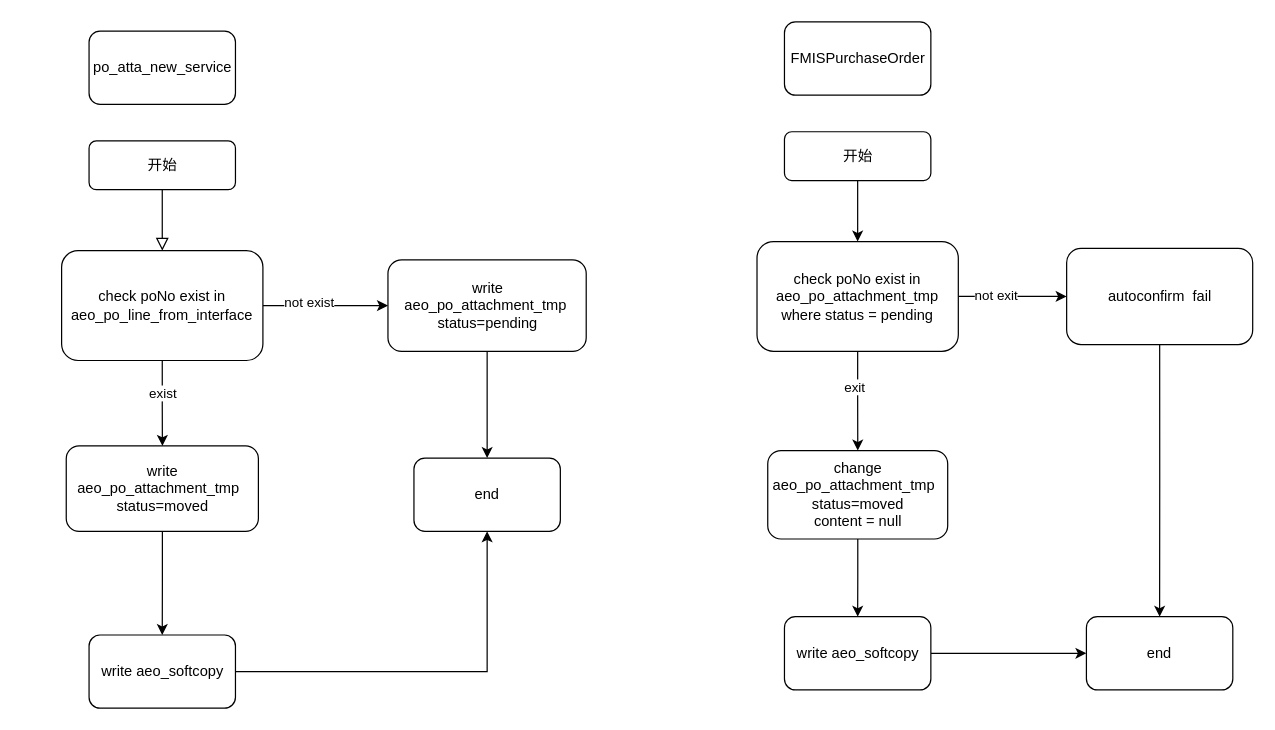
Before: po_atta.drawio in 1119132473/doc, a draw.io diagram. Source tidied: cells renumbered, new cells numbered last; positions are measured from the earlier drawing's top-left corner, leaving out a move shared by most shapes. Both pictures are drawn from the tidied source at 122%, with x=0, y=0 at pixel (61, 21).
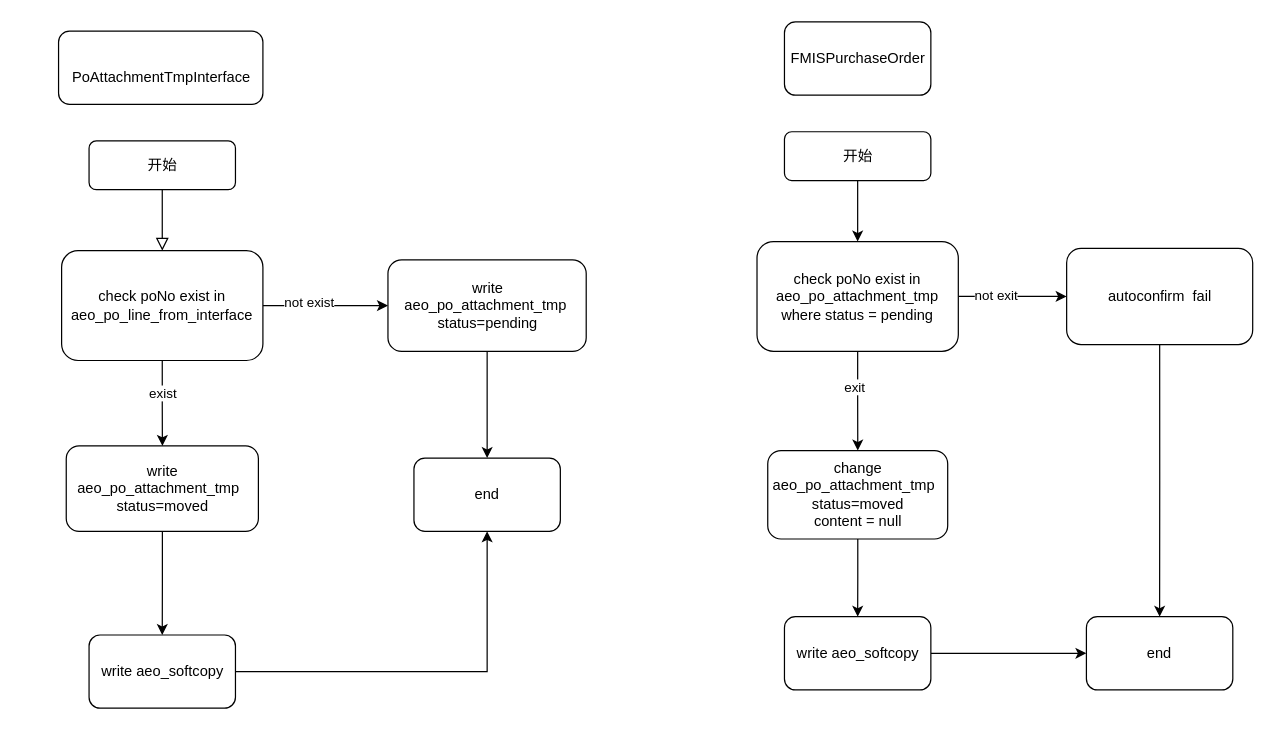
After the change.

Change to the diagram source:
```diff
@@
-    <mxCell id="4" value="po_atta_new_service" style="rounded=1;whiteSpace=wrap;html=1;" parent="1" vertex="1">
-      <mxGeometry x="22.5" y="8" width="120" height="60" as="geometry" />
+    <mxCell id="4" value="&lt;br&gt;&lt;table width=&quot;230&quot; cellspacing=&quot;0&quot; cellpadding=&quot;0&quot; border=&quot;0&quot;&gt;&lt;tbody&gt;&lt;tr height=&quot;20&quot;&gt;&lt;td style=&quot;height:15.0pt;width:173pt&quot; class=&quot;xl66&quot; width=&quot;230&quot; height=&quot;20&quot;&gt;PoAttachmentTmpInterface&lt;/td&gt;&lt;/tr&gt;&lt;/tbody&gt;&lt;/table&gt;" style="rounded=1;whiteSpace=wrap;html=1;" parent="1" vertex="1">
+      <mxGeometry x="-2.5" y="8" width="167.5" height="60" as="geometry" />
     </mxCell>
```
